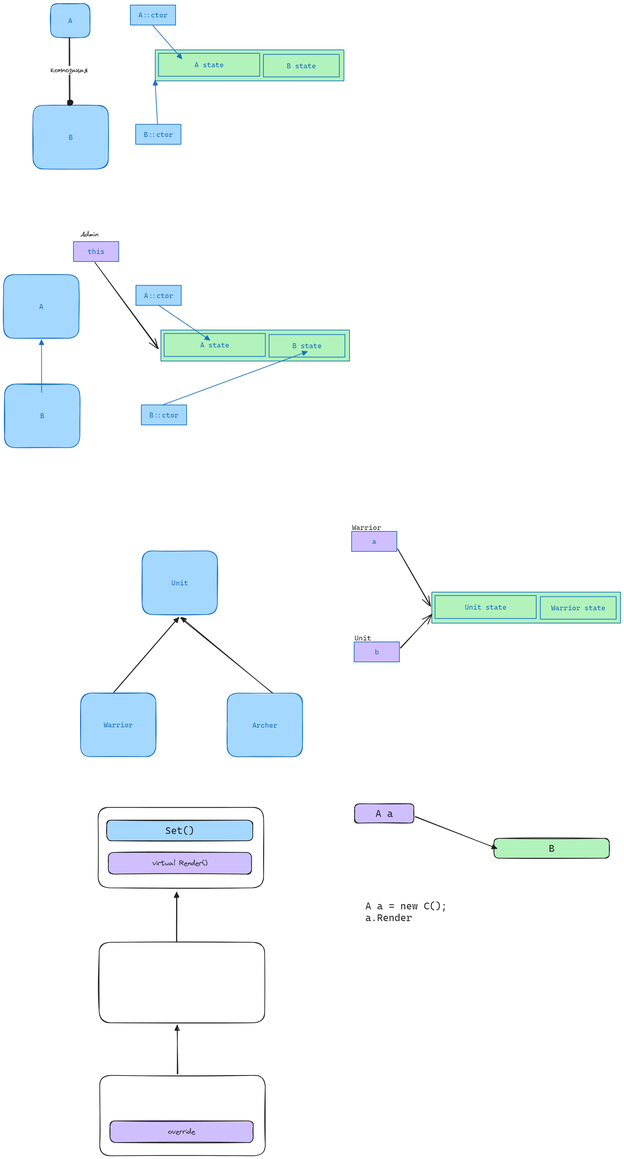
Earlier version of the Excalidraw export img/04_oop.excalidraw.png (silvercodes/p34_dotnet_cs). Source tidied: one line per element, renumbered; positions are measured from the earlier drawing's top-left corner, leaving out a move shared by most shapes.
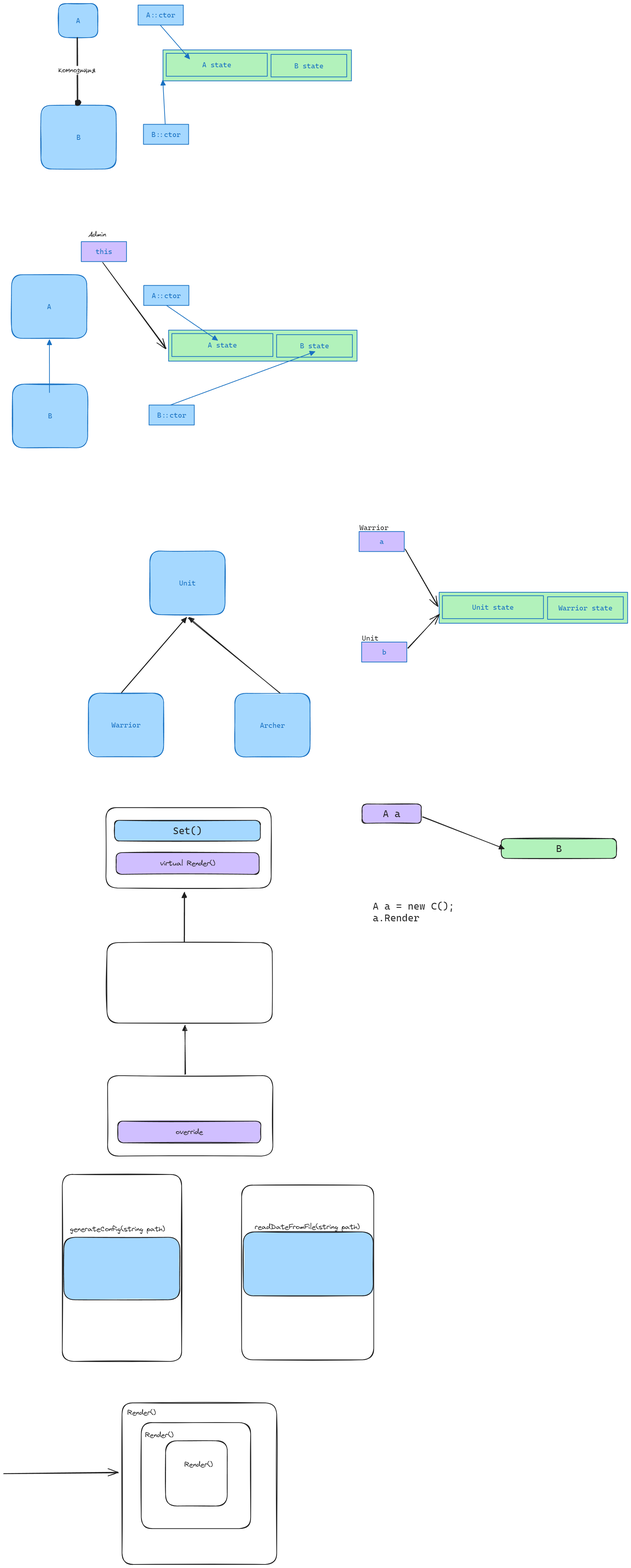
Above is the later version.

Diff of the diagram source:
```diff
@@ -73,3 +73,16 @@
 {"id": 72, "type": "rectangle", "strokeColor": "#1e1e1e", "backgroundColor": "#d0bfff", "fillStyle": "solid", "strokeWidth": 2, "roughness": 1, "round": true, "x": 986, "y": 2250, "width": 166, "height": 54}
 {"id": 73, "type": "text", "text": "A a", "strokeColor": "#1e1e1e", "backgroundColor": "#d0bfff", "fillStyle": "solid", "strokeWidth": 2, "roughness": 1, "fontSize": 28, "fontFamily": 3, "textAlign": "center", "verticalAlign": "middle", "inside": 72, "x": 1045, "y": 2260, "width": 49, "height": 34}
 {"id": 74, "type": "arrow", "strokeColor": "#1e1e1e", "backgroundColor": "#d0bfff", "fillStyle": "solid", "strokeWidth": 2, "roughness": 1, "endArrowhead": "triangle", "round": true, "from": 72, "x": 1156, "y": 2286, "width": 229, "height": 90, "points": [[0, 0], [229, 90]]}
+{"id": 75, "type": "rectangle", "strokeColor": "#1e1e1e", "strokeWidth": 2, "roughness": 1, "round": true, "x": 143, "y": 3292, "width": 336, "height": 526}
+{"id": 76, "type": "rectangle", "strokeColor": "#1e1e1e", "backgroundColor": "#a5d8ff", "fillStyle": "solid", "strokeWidth": 2, "roughness": 1, "round": true, "x": 147, "y": 3468, "width": 326, "height": 176}
+{"id": 77, "type": "text", "text": "generateConfig(string path)", "strokeColor": "#1e1e1e", "strokeWidth": 2, "roughness": 1, "fontSize": 20, "fontFamily": 1, "x": 165, "y": 3433, "width": 267, "height": 25}
+{"id": 78, "type": "rectangle", "strokeColor": "#1e1e1e", "strokeWidth": 2, "roughness": 1, "round": true, "x": 647, "y": 3322, "width": 372, "height": 491}
+{"id": 79, "type": "rectangle", "strokeColor": "#1e1e1e", "backgroundColor": "#a5d8ff", "fillStyle": "solid", "strokeWidth": 2, "roughness": 1, "round": true, "x": 652, "y": 3453, "width": 365, "height": 180}
+{"id": 80, "type": "text", "text": "readDateFromFile(string path)", "strokeColor": "#1e1e1e", "strokeWidth": 2, "roughness": 1, "fontSize": 20, "fontFamily": 1, "x": 684, "y": 3427, "width": 295, "height": 25}
+{"id": 81, "type": "rectangle", "strokeColor": "#1e1e1e", "strokeWidth": 2, "roughness": 1, "round": true, "x": 433, "y": 4040, "width": 173, "height": 183}
+{"id": 82, "type": "rectangle", "strokeColor": "#1e1e1e", "strokeWidth": 2, "roughness": 1, "round": true, "x": 365, "y": 3989, "width": 308, "height": 298}
+{"id": 83, "type": "arrow", "strokeColor": "#1e1e1e", "strokeWidth": 2, "roughness": 1, "endArrowhead": "arrow", "round": true, "to": 86, "x": -21, "y": 4132, "width": 322, "height": 2, "points": [[0, 0], [322, -2]]}
+{"id": 84, "type": "text", "text": "Render()", "strokeColor": "#1e1e1e", "strokeWidth": 2, "roughness": 1, "fontSize": 20, "fontFamily": 1, "x": 486, "y": 4095, "width": 80, "height": 25}
+{"id": 85, "type": "text", "text": "Render()", "strokeColor": "#1e1e1e", "strokeWidth": 2, "roughness": 1, "fontSize": 20, "fontFamily": 1, "x": 376, "y": 4012, "width": 80, "height": 25}
+{"id": 86, "type": "rectangle", "strokeColor": "#1e1e1e", "strokeWidth": 2, "roughness": 1, "round": true, "x": 311, "y": 3934, "width": 435, "height": 454}
+{"id": 87, "type": "text", "text": "Render()", "strokeColor": "#1e1e1e", "strokeWidth": 2, "roughness": 1, "fontSize": 20, "fontFamily": 1, "x": 326, "y": 3949, "width": 80, "height": 25}
```
